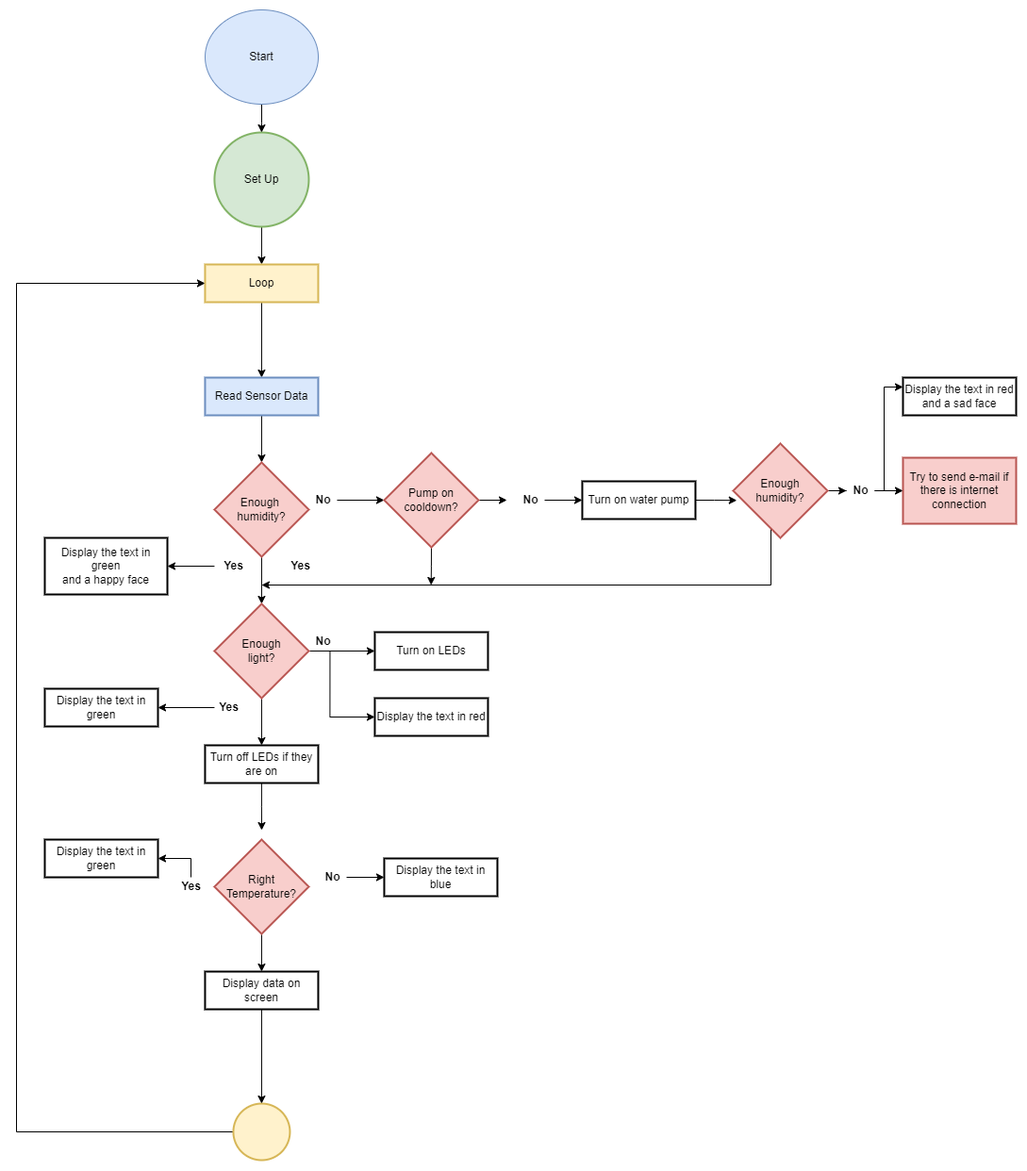
Above: data/documentation/software_diagram_v2.drawio.png in andreeabrezuica/Botani-Talk (draw.io), before the change. Source tidied: cells renumbered, new cells last; positions are measured from the earlier drawing's top-left corner, leaving out a move shared by most shapes.
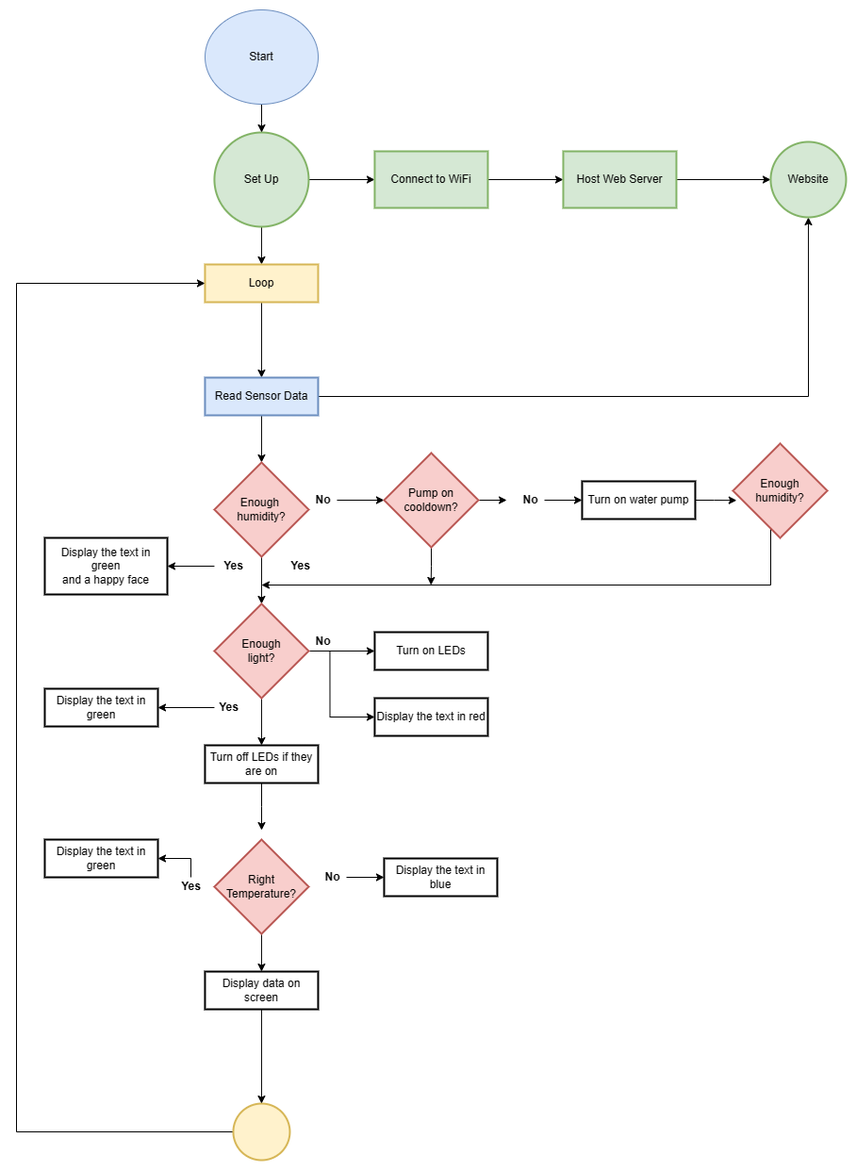
Above is the later version.

The edit, as a diff of the source:
```diff
@@ -5,6 +5,9 @@
     <mxCell id="2" style="edgeStyle=orthogonalEdgeStyle;rounded=0;jettySize=auto;html=1;fontFamily=Helvetica;fontSize=12;fontColor=default;" parent="1" edge="1" source="3" target="5">
       <mxGeometry relative="1" as="geometry" />
     </mxCell>
+    <mxCell id="57" style="edgeStyle=orthogonalEdgeStyle;rounded=0;jettySize=auto;html=1;" parent="1" edge="1" source="3" target="60">
+      <mxGeometry relative="1" as="geometry" />
+    </mxCell>
     <mxCell id="3" value="Set Up" style="strokeWidth=2;html=1;shape=mxgraph.flowchart.start_2;whiteSpace=wrap;fillColor=#d5e8d4;strokeColor=#82b366;shadow=0;rounded=0;" parent="1" vertex="1">
       <mxGeometry x="209.9" y="130" width="100" height="100" as="geometry" />
     </mxCell>
@@ -17,6 +20,9 @@
     <mxCell id="6" style="edgeStyle=orthogonalEdgeStyle;rounded=0;jettySize=auto;html=1;fontFamily=Helvetica;fontSize=12;fontColor=default;entryX=0.5;entryY=0;entryDx=0;entryDy=0;entryPerimeter=0;" parent="1" edge="1" source="7" target="9">
       <mxGeometry relative="1" as="geometry" />
     </mxCell>
+    <mxCell id="58" style="edgeStyle=orthogonalEdgeStyle;rounded=0;jettySize=auto;html=1;entryX=0.5;entryY=1;entryDx=0;entryDy=0;" parent="1" edge="1" source="7" target="63">
+      <mxGeometry relative="1" as="geometry" />
+    </mxCell>
     <mxCell id="7" value="Read Sensor Data" style="whiteSpace=wrap;html=1;strokeWidth=2;shadow=0;fillColor=#dae8fc;strokeColor=#6c8ebf;rounded=0;" parent="1" vertex="1">
       <mxGeometry x="199.9" y="390" width="120" height="40" as="geometry" />
     </mxCell>
@@ -89,15 +95,9 @@
         </Array>
       </mxGeometry>
     </mxCell>
-    <mxCell id="27" style="edgeStyle=orthogonalEdgeStyle;rounded=0;jettySize=auto;html=1;exitX=1;exitY=0.5;exitDx=0;exitDy=0;fontFamily=Helvetica;fontSize=12;fontColor=default;" parent="1" edge="1" source="28" target="42">
-      <mxGeometry relative="1" as="geometry" />
-    </mxCell>
     <mxCell id="28" value="Enough &lt;br&gt;humidity?" style="rhombus;whiteSpace=wrap;html=1;strokeWidth=2;fillColor=#f8cecc;strokeColor=#b85450;rounded=0;" parent="1" vertex="1">
       <mxGeometry x="760" y="460" width="100" height="100" as="geometry" />
     </mxCell>
-    <mxCell id="29" value="Try to send e-mail if there is internet connection" style="whiteSpace=wrap;html=1;strokeWidth=2;fillColor=#f8cecc;strokeColor=#b85450;rounded=0;" parent="1" vertex="1">
-      <mxGeometry x="940" y="475" width="120" height="70" as="geometry" />
-    </mxCell>
     <mxCell id="30" style="ellipse;whiteSpace=wrap;html=1;strokeWidth=2;fillColor=#fff2cc;strokeColor=#d6b656;rounded=0;" parent="1" vertex="1">
       <mxGeometry x="229.9" y="1160" width="60" height="60" as="geometry" />
     </mxCell>
@@ -132,26 +132,9 @@
     <mxCell id="39" style="edgeStyle=orthogonalEdgeStyle;rounded=0;jettySize=auto;html=1;exitX=1;exitY=0.5;exitDx=0;exitDy=0;entryX=0.038;entryY=0.602;entryDx=0;entryDy=0;entryPerimeter=0;fontFamily=Helvetica;fontSize=12;fontColor=default;" parent="1" edge="1" source="12" target="28">
       <mxGeometry relative="1" as="geometry" />
     </mxCell>
-    <mxCell id="40" style="edgeStyle=orthogonalEdgeStyle;rounded=0;jettySize=auto;html=1;exitX=1;exitY=0.5;exitDx=0;exitDy=0;entryX=0;entryY=0.5;entryDx=0;entryDy=0;fontFamily=Helvetica;fontSize=12;fontColor=default;" parent="1" edge="1" source="42" target="29">
-      <mxGeometry relative="1" as="geometry" />
-    </mxCell>
-    <mxCell id="41" style="edgeStyle=orthogonalEdgeStyle;rounded=0;jettySize=auto;html=1;fontFamily=Helvetica;fontSize=12;fontColor=default;entryX=0;entryY=0.25;entryDx=0;entryDy=0;" parent="1" edge="1" source="42" target="44">
-      <mxGeometry relative="1" as="geometry">
-        <Array as="points">
-          <mxPoint x="920" y="510" />
-          <mxPoint x="920" y="400" />
-        </Array>
-      </mxGeometry>
-    </mxCell>
-    <mxCell id="42" value="No" style="text;strokeColor=none;fillColor=none;html=1;fontSize=12;fontStyle=1;verticalAlign=middle;align=center;fontFamily=Helvetica;fontColor=default;rounded=0;" parent="1" vertex="1">
-      <mxGeometry x="880" y="500" width="30" height="20" as="geometry" />
-    </mxCell>
     <mxCell id="43" value="Display the text in green&lt;br&gt;and a happy face" style="whiteSpace=wrap;html=1;strokeWidth=2;rounded=0;" parent="1" vertex="1">
       <mxGeometry x="30" y="560" width="130" height="60" as="geometry" />
     </mxCell>
-    <mxCell id="44" value="Display the text in red and a sad face" style="whiteSpace=wrap;html=1;strokeWidth=2;rounded=0;" parent="1" vertex="1">
-      <mxGeometry x="940" y="390" width="120" height="40" as="geometry" />
-    </mxCell>
     <mxCell id="45" value="Display the text in red" style="whiteSpace=wrap;html=1;strokeWidth=2;rounded=0;" parent="1" vertex="1">
       <mxGeometry x="379.9" y="730" width="120" height="40" as="geometry" />
     </mxCell>
@@ -194,5 +177,20 @@
     <mxCell id="56" value="Start" style="ellipse;whiteSpace=wrap;html=1;fillColor=#dae8fc;strokeColor=#6c8ebf;" parent="1" vertex="1">
       <mxGeometry x="200" width="120" height="100" as="geometry" />
     </mxCell>
+    <mxCell id="59" style="edgeStyle=orthogonalEdgeStyle;rounded=0;jettySize=auto;html=1;" parent="1" edge="1" source="60" target="62">
+      <mxGeometry relative="1" as="geometry" />
+    </mxCell>
+    <mxCell id="60" value="Connect to WiFi" style="whiteSpace=wrap;html=1;fillColor=#d5e8d4;strokeColor=#82b366;strokeWidth=2;shadow=0;rounded=0;" parent="1" vertex="1">
+      <mxGeometry x="379.9" y="150" width="120" height="60" as="geometry" />
+    </mxCell>
+    <mxCell id="61" style="edgeStyle=orthogonalEdgeStyle;rounded=0;jettySize=auto;html=1;" parent="1" edge="1" source="62" target="63">
+      <mxGeometry relative="1" as="geometry" />
+    </mxCell>
+    <mxCell id="62" value="Host Web Server" style="whiteSpace=wrap;html=1;fillColor=#d5e8d4;strokeColor=#82b366;strokeWidth=2;shadow=0;rounded=0;" parent="1" vertex="1">
+      <mxGeometry x="579.9" y="150" width="120" height="60" as="geometry" />
+    </mxCell>
+    <mxCell id="63" value="Website" style="ellipse;whiteSpace=wrap;html=1;fillColor=#d5e8d4;strokeColor=#82b366;strokeWidth=2;shadow=0;rounded=0;" parent="1" vertex="1">
+      <mxGeometry x="799.9" y="140" width="80" height="80" as="geometry" />
+    </mxCell>
   </root>
 </mxGraphModel>
```
